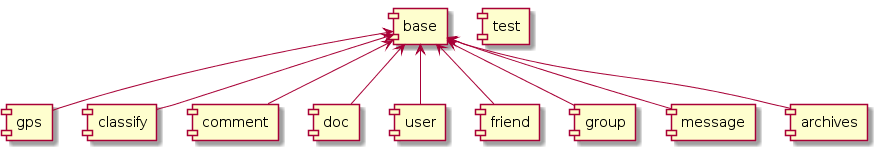
wangscript007/ranch keeps this PlantUML diagram as doc/module.png. Above is the earlier version.
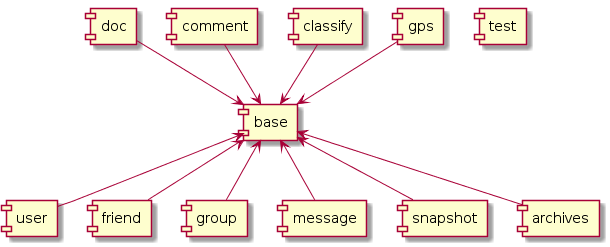
The same file after the commit.

The edit, as a diff of the source:
```diff
@@ -1,13 +1,14 @@
 @startuml
 
-[base] <-- [gps]
-[base] <-- [classify]
-[base] <-- [comment]
-[base] <-- [doc]
+[base] <-u- [gps]
+[base] <-u- [classify]
+[base] <-u- [comment]
+[base] <-u- [doc]
 [base] <-- [user]
 [base] <-- [friend]
 [base] <-- [group]
 [base] <-- [message]
+[base] <-- [snapshot]
 [base] <-- [archives]
 [test]
 
```
